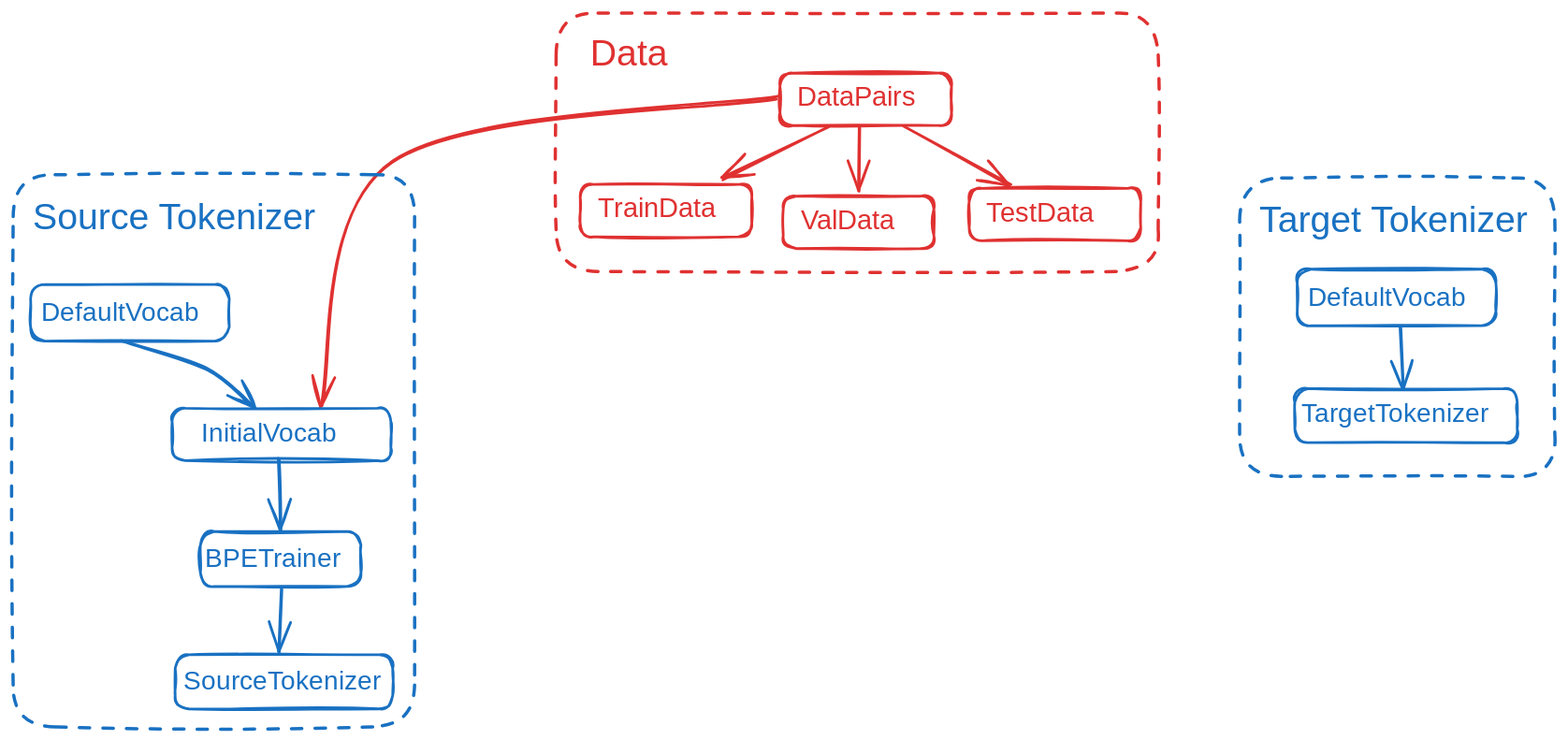
Above: arch.excalidraw.svg in Dominux/planimetrics_tasks_diagrams_generator (Excalidraw), before the change. Source tidied: one line per element, renumbered; positions are measured from the earlier drawing's top-left corner, leaving out a move shared by most shapes. Source of this version:
```json
{"id": 0, "type": "rectangle", "strokeColor": "#e03131", "strokeWidth": 2, "roughness": 1, "round": true, "x": 585, "y": 46, "width": 131, "height": 40}
{"id": 1, "type": "text", "text": "DataPairs", "strokeColor": "#e03131", "strokeWidth": 2, "roughness": 1, "fontSize": 20.8, "fontFamily": 1, "x": 599, "y": 53, "width": 108, "height": 26}
{"id": 2, "type": "rectangle", "strokeColor": "#e03131", "strokeWidth": 2, "roughness": 1, "round": true, "x": 433, "y": 131, "width": 131, "height": 40}
{"id": 3, "type": "text", "text": "TrainData", "strokeColor": "#e03131", "strokeWidth": 2, "roughness": 1, "fontSize": 20.8, "fontFamily": 1, "x": 446, "y": 138, "width": 110, "height": 26}
{"id": 4, "type": "rectangle", "strokeColor": "#e03131", "strokeWidth": 2, "roughness": 1, "round": true, "x": 588, "y": 140, "width": 115, "height": 40}
{"id": 5, "type": "text", "text": "ValData", "strokeColor": "#e03131", "strokeWidth": 2, "roughness": 1, "fontSize": 20.8, "fontFamily": 1, "x": 601, "y": 147, "width": 86, "height": 26}
{"id": 6, "type": "rectangle", "strokeColor": "#e03131", "strokeWidth": 2, "roughness": 1, "round": true, "x": 730, "y": 134, "width": 131, "height": 40}
{"id": 7, "type": "text", "text": "TestData", "strokeColor": "#e03131", "strokeWidth": 2, "roughness": 1, "fontSize": 20.8, "fontFamily": 1, "x": 743, "y": 141, "width": 107, "height": 26}
{"id": 8, "type": "arrow", "strokeColor": "#e03131", "strokeWidth": 2, "roughness": 1, "endArrowhead": "arrow", "round": true, "from": 1, "to": 5, "x": 646, "y": 88, "width": 0, "height": 48, "points": [[0, 0], [0, 48]]}
{"id": 9, "type": "arrow", "strokeColor": "#e03131", "strokeWidth": 2, "roughness": 1, "endArrowhead": "arrow", "round": true, "from": 1, "to": 3, "x": 621, "y": 87, "width": 80, "height": 40, "points": [[0, 0], [-80, 40]]}
{"id": 10, "type": "arrow", "strokeColor": "#e03131", "strokeWidth": 2, "roughness": 1, "endArrowhead": "arrow", "round": true, "from": 1, "to": 7, "x": 681, "y": 87, "width": 81, "height": 45, "points": [[0, 0], [81, 45]]}
{"id": 11, "type": "rectangle", "strokeColor": "#e03131", "strokeWidth": 2, "strokeStyle": "dashed", "roughness": 1, "round": true, "x": 415, "y": 0, "width": 460, "height": 197}
{"id": 12, "type": "text", "text": "Data", "strokeColor": "#e03131", "strokeWidth": 2, "strokeStyle": "dashed", "roughness": 1, "fontSize": 28, "fontFamily": 2, "x": 441, "y": 14, "width": 59, "height": 32}
{"id": 13, "type": "rectangle", "strokeColor": "#1971c2", "strokeWidth": 2, "roughness": 1, "round": true, "x": 124, "y": 490, "width": 166, "height": 41}
{"id": 14, "type": "text", "text": "SourceTokenizer", "strokeColor": "#1971c2", "strokeWidth": 2, "roughness": 1, "fontSize": 19.7, "fontFamily": 1, "x": 130, "y": 499, "width": 154, "height": 25}
{"id": 15, "type": "rectangle", "strokeColor": "#1971c2", "strokeWidth": 2, "roughness": 1, "round": true, "x": 143, "y": 396, "width": 123, "height": 42}
{"id": 16, "type": "text", "text": "BPETrainer", "strokeColor": "#1971c2", "strokeWidth": 2, "roughness": 1, "fontSize": 20, "fontFamily": 1, "x": 147, "y": 405, "width": 113, "height": 25}
{"id": 17, "type": "arrow", "strokeColor": "#e03131", "strokeWidth": 2, "roughness": 1, "endArrowhead": "arrow", "round": true, "from": 1, "to": 22, "x": 584, "y": 64, "width": 347, "height": 236, "points": [[0, 0], [-295, 49], [-347, 236]]}
{"id": 18, "type": "arrow", "strokeColor": "#1971c2", "strokeWidth": 2, "roughness": 1, "endArrowhead": "arrow", "round": true, "from": 16, "to": 14, "x": 205, "y": 440, "width": 2, "height": 48, "points": [[0, 0], [-2, 48]]}
{"id": 19, "type": "rectangle", "strokeColor": "#1971c2", "strokeWidth": 2, "roughness": 1, "round": true, "x": 13, "y": 207, "width": 152, "height": 43}
{"id": 20, "type": "text", "text": "DefaultVocab", "strokeColor": "#1971c2", "strokeWidth": 2, "roughness": 1, "fontSize": 20.29, "fontFamily": 1, "x": 22, "y": 217, "width": 134, "height": 25}
{"id": 21, "type": "rectangle", "strokeColor": "#1971c2", "strokeWidth": 2, "roughness": 1, "round": true, "x": 121, "y": 302, "width": 167, "height": 40}
{"id": 22, "type": "text", "text": "InitialVocab", "strokeColor": "#1971c2", "strokeWidth": 2, "roughness": 1, "fontSize": 20, "fontFamily": 1, "x": 144, "y": 310, "width": 114, "height": 25}
{"id": 23, "type": "arrow", "strokeColor": "#1971c2", "strokeWidth": 2, "roughness": 1, "endArrowhead": "arrow", "round": true, "from": 20, "to": 22, "x": 83, "y": 250, "width": 100, "height": 51, "points": [[0, 0], [64, 22], [100, 51]]}
{"id": 24, "type": "arrow", "strokeColor": "#1971c2", "strokeWidth": 2, "roughness": 1, "endArrowhead": "arrow", "round": true, "from": 22, "to": 16, "x": 202, "y": 341, "width": 2, "height": 54, "points": [[0, 0], [2, 54]]}
{"id": 25, "type": "rectangle", "strokeColor": "#1971c2", "strokeWidth": 2, "strokeStyle": "dashed", "roughness": 1, "round": true, "x": 0, "y": 123, "width": 307, "height": 422}
{"id": 26, "type": "text", "text": "Source Tokenizer", "strokeColor": "#1971c2", "strokeWidth": 2, "strokeStyle": "dashed", "roughness": 1, "fontSize": 28, "fontFamily": 2, "x": 15, "y": 139, "width": 216, "height": 32}
{"id": 27, "type": "rectangle", "strokeColor": "#1971c2", "strokeWidth": 2, "roughness": 1, "round": true, "x": 979, "y": 287, "width": 170, "height": 41}
{"id": 28, "type": "text", "text": "TargetTokenizer", "strokeColor": "#1971c2", "strokeWidth": 2, "roughness": 1, "fontSize": 19.7, "fontFamily": 1, "x": 984, "y": 295, "width": 160, "height": 25}
{"id": 29, "type": "rectangle", "strokeColor": "#1971c2", "strokeWidth": 2, "roughness": 1, "round": true, "x": 980, "y": 196, "width": 152, "height": 43}
{"id": 30, "type": "text", "text": "DefaultVocab", "strokeColor": "#1971c2", "strokeWidth": 2, "roughness": 1, "fontSize": 20.29, "fontFamily": 1, "x": 989, "y": 206, "width": 134, "height": 25}
{"id": 31, "type": "rectangle", "strokeColor": "#1971c2", "strokeWidth": 2, "strokeStyle": "dashed", "roughness": 1, "round": true, "x": 936, "y": 126, "width": 241, "height": 228}
{"id": 32, "type": "text", "text": "Target Tokenizer", "strokeColor": "#1971c2", "strokeWidth": 2, "strokeStyle": "dashed", "roughness": 1, "fontSize": 28, "fontFamily": 2, "x": 952, "y": 142, "width": 205, "height": 32}
{"id": 33, "type": "arrow", "strokeColor": "#1971c2", "strokeWidth": 2, "roughness": 1, "endArrowhead": "arrow", "round": true, "from": 30, "to": 28, "x": 1060, "y": 240, "width": 1, "height": 47, "points": [[0, 0], [1, 47]]}
```
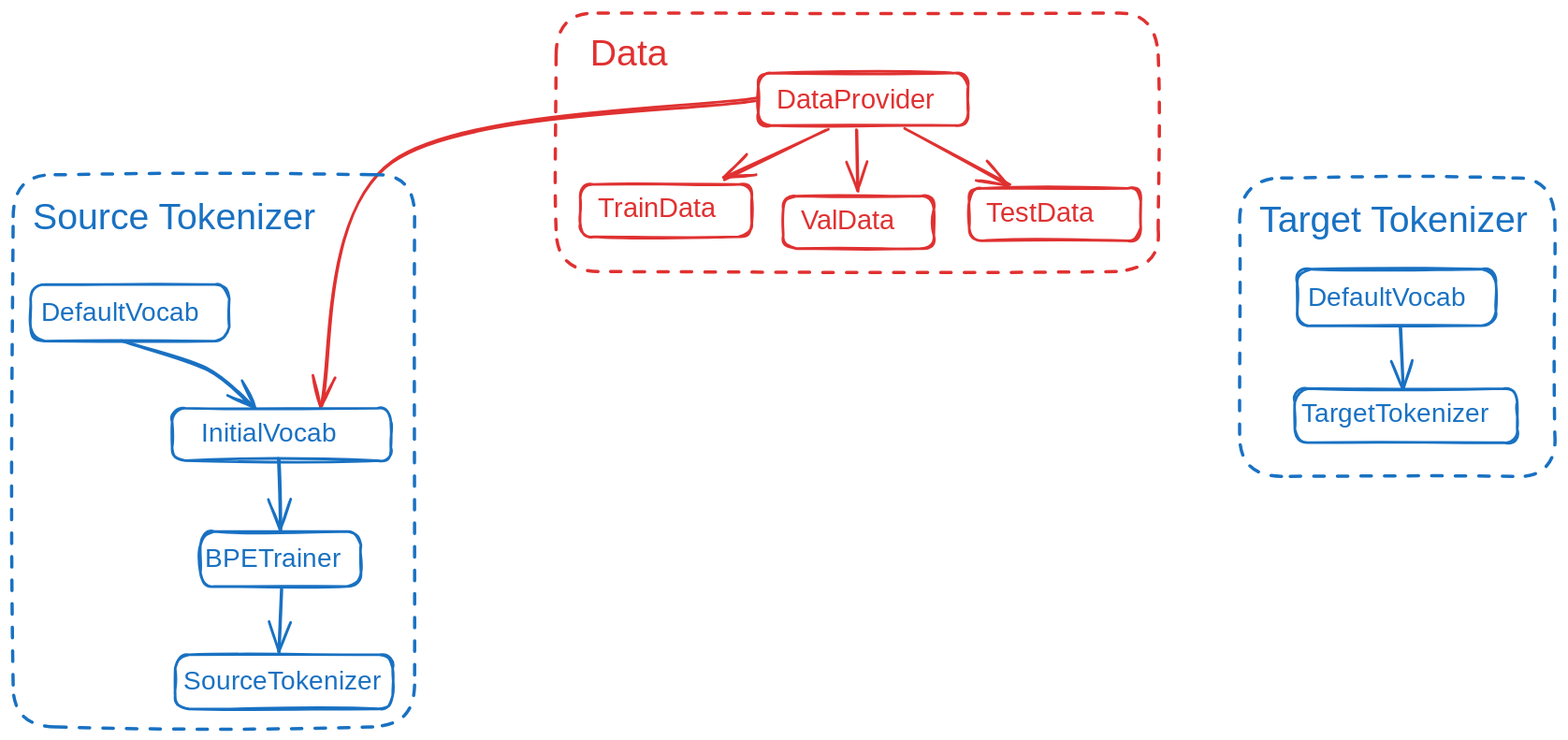
Later version of the same file.

Commit message:
Added DataProvider component

Change to the diagram source:
```diff
@@ -1,21 +1,21 @@
-{"id": 0, "type": "rectangle", "strokeColor": "#e03131", "strokeWidth": 2, "roughness": 1, "round": true, "x": 585, "y": 46, "width": 131, "height": 40}
+{"id": 0, "type": "rectangle", "strokeColor": "#e03131", "strokeWidth": 2, "roughness": 1, "round": true, "x": 569, "y": 46, "width": 160, "height": 40}
-{"id": 1, "type": "text", "text": "DataPairs", "strokeColor": "#e03131", "strokeWidth": 2, "roughness": 1, "fontSize": 20.8, "fontFamily": 1, "x": 599, "y": 53, "width": 108, "height": 26}
+{"id": 1, "type": "text", "text": "DataProvider", "strokeColor": "#e03131", "strokeWidth": 2, "roughness": 1, "fontSize": 20.8, "fontFamily": 1, "x": 583, "y": 55, "width": 138, "height": 26}
 {"id": 2, "type": "rectangle", "strokeColor": "#e03131", "strokeWidth": 2, "roughness": 1, "round": true, "x": 433, "y": 131, "width": 131, "height": 40}
 {"id": 3, "type": "text", "text": "TrainData", "strokeColor": "#e03131", "strokeWidth": 2, "roughness": 1, "fontSize": 20.8, "fontFamily": 1, "x": 446, "y": 138, "width": 110, "height": 26}
 {"id": 4, "type": "rectangle", "strokeColor": "#e03131", "strokeWidth": 2, "roughness": 1, "round": true, "x": 588, "y": 140, "width": 115, "height": 40}
 {"id": 5, "type": "text", "text": "ValData", "strokeColor": "#e03131", "strokeWidth": 2, "roughness": 1, "fontSize": 20.8, "fontFamily": 1, "x": 601, "y": 147, "width": 86, "height": 26}
 {"id": 6, "type": "rectangle", "strokeColor": "#e03131", "strokeWidth": 2, "roughness": 1, "round": true, "x": 730, "y": 134, "width": 131, "height": 40}
 {"id": 7, "type": "text", "text": "TestData", "strokeColor": "#e03131", "strokeWidth": 2, "roughness": 1, "fontSize": 20.8, "fontFamily": 1, "x": 743, "y": 141, "width": 107, "height": 26}
-{"id": 8, "type": "arrow", "strokeColor": "#e03131", "strokeWidth": 2, "roughness": 1, "endArrowhead": "arrow", "round": true, "from": 1, "to": 5, "x": 646, "y": 88, "width": 0, "height": 48, "points": [[0, 0], [0, 48]]}
+{"id": 8, "type": "arrow", "strokeColor": "#e03131", "strokeWidth": 2, "roughness": 1, "endArrowhead": "arrow", "round": true, "from": 1, "to": 5, "x": 644, "y": 90, "width": 1, "height": 46, "points": [[0, 0], [1, 46]]}
-{"id": 9, "type": "arrow", "strokeColor": "#e03131", "strokeWidth": 2, "roughness": 1, "endArrowhead": "arrow", "round": true, "from": 1, "to": 3, "x": 621, "y": 87, "width": 80, "height": 40, "points": [[0, 0], [-80, 40]]}
+{"id": 9, "type": "arrow", "strokeColor": "#e03131", "strokeWidth": 2, "roughness": 1, "endArrowhead": "arrow", "round": true, "from": 1, "to": 3, "x": 621, "y": 89, "width": 78, "height": 38, "points": [[0, 0], [-78, 38]]}
-{"id": 10, "type": "arrow", "strokeColor": "#e03131", "strokeWidth": 2, "roughness": 1, "endArrowhead": "arrow", "round": true, "from": 1, "to": 7, "x": 681, "y": 87, "width": 81, "height": 45, "points": [[0, 0], [81, 45]]}
+{"id": 10, "type": "arrow", "strokeColor": "#e03131", "strokeWidth": 2, "roughness": 1, "endArrowhead": "arrow", "round": true, "from": 1, "to": 7, "x": 682, "y": 89, "width": 79, "height": 43, "points": [[0, 0], [79, 43]]}
 {"id": 11, "type": "rectangle", "strokeColor": "#e03131", "strokeWidth": 2, "strokeStyle": "dashed", "roughness": 1, "round": true, "x": 415, "y": 0, "width": 460, "height": 197}
 {"id": 12, "type": "text", "text": "Data", "strokeColor": "#e03131", "strokeWidth": 2, "strokeStyle": "dashed", "roughness": 1, "fontSize": 28, "fontFamily": 2, "x": 441, "y": 14, "width": 59, "height": 32}
 {"id": 13, "type": "rectangle", "strokeColor": "#1971c2", "strokeWidth": 2, "roughness": 1, "round": true, "x": 124, "y": 490, "width": 166, "height": 41}
 {"id": 14, "type": "text", "text": "SourceTokenizer", "strokeColor": "#1971c2", "strokeWidth": 2, "roughness": 1, "fontSize": 19.7, "fontFamily": 1, "x": 130, "y": 499, "width": 154, "height": 25}
 {"id": 15, "type": "rectangle", "strokeColor": "#1971c2", "strokeWidth": 2, "roughness": 1, "round": true, "x": 143, "y": 396, "width": 123, "height": 42}
 {"id": 16, "type": "text", "text": "BPETrainer", "strokeColor": "#1971c2", "strokeWidth": 2, "roughness": 1, "fontSize": 20, "fontFamily": 1, "x": 147, "y": 405, "width": 113, "height": 25}
-{"id": 17, "type": "arrow", "strokeColor": "#e03131", "strokeWidth": 2, "roughness": 1, "endArrowhead": "arrow", "round": true, "from": 1, "to": 22, "x": 584, "y": 64, "width": 347, "height": 236, "points": [[0, 0], [-295, 49], [-347, 236]]}
+{"id": 17, "type": "arrow", "strokeColor": "#e03131", "strokeWidth": 2, "roughness": 1, "endArrowhead": "arrow", "round": true, "from": 0, "to": 22, "x": 568, "y": 65, "width": 331, "height": 235, "points": [[0, 0], [-278, 48], [-331, 235]]}
 {"id": 18, "type": "arrow", "strokeColor": "#1971c2", "strokeWidth": 2, "roughness": 1, "endArrowhead": "arrow", "round": true, "from": 16, "to": 14, "x": 205, "y": 440, "width": 2, "height": 48, "points": [[0, 0], [-2, 48]]}
 {"id": 19, "type": "rectangle", "strokeColor": "#1971c2", "strokeWidth": 2, "roughness": 1, "round": true, "x": 13, "y": 207, "width": 152, "height": 43}
 {"id": 20, "type": "text", "text": "DefaultVocab", "strokeColor": "#1971c2", "strokeWidth": 2, "roughness": 1, "fontSize": 20.29, "fontFamily": 1, "x": 22, "y": 217, "width": 134, "height": 25}
```
